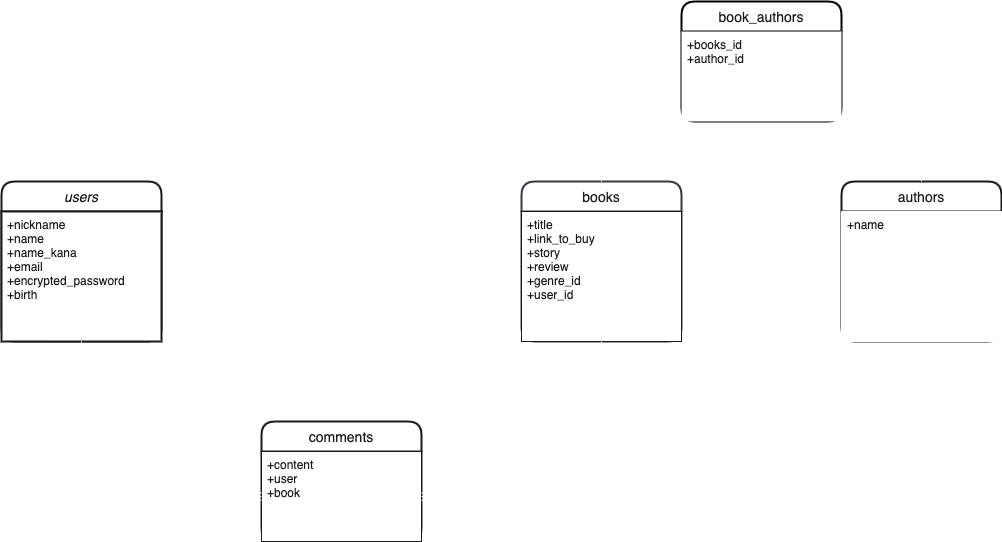
takashimayuusuke/book-quick keeps this draw.io diagram as book_quick.png. Above is the earlier version. Source tidied: cells renumbered, new cells last; positions are measured from the earlier drawing's top-left corner, leaving out a move shared by most shapes. Source of this version:
```xml
<mxGraphModel>
  <root>
    <mxCell id="0" />
    <mxCell id="1" parent="0" />
    <mxCell id="2" style="edgeStyle=orthogonalEdgeStyle;rounded=0;jettySize=auto;html=1;exitX=1;exitY=0.5;exitDx=0;exitDy=0;entryX=0;entryY=0.5;entryDx=0;entryDy=0;startArrow=ERone;startFill=0;endArrow=ERmany;endFill=0;strokeWidth=1;fillColor=#eeeeee;strokeColor=#FFFFFF;fontColor=#FFFFFF;" parent="1" edge="1" source="3" target="6">
      <mxGeometry relative="1" as="geometry" />
    </mxCell>
    <mxCell id="3" value="users" style="swimlane;horizontal=1;startSize=30;rounded=1;fontSize=14;fontStyle=2;strokeWidth=2;shadow=0;dashed=0;align=center;fontColor=#1A1A1A;fillColor=#FFFFFF;labelBorderColor=none;strokeColor=#1A1A1A;" parent="1" vertex="1">
      <mxGeometry y="180" width="160" height="160" as="geometry" />
    </mxCell>
    <mxCell id="4" value="+nickname&#10;+name&#10;+name_kana&#10;+email&#10;+encrypted_password&#10;+birth&#10;" style="align=left;spacingLeft=4;fontSize=12;verticalAlign=top;fontColor=#1A1A1A;fillColor=#FFFFFF;strokeWidth=2;strokeColor=#1A1A1A;" parent="3" vertex="1">
      <mxGeometry y="30" width="160" height="130" as="geometry" />
    </mxCell>
    <mxCell id="5" style="edgeStyle=orthogonalEdgeStyle;rounded=0;jettySize=auto;html=1;entryX=0;entryY=0.5;entryDx=0;entryDy=0;startArrow=ERone;startFill=0;endArrow=ERmany;endFill=0;strokeWidth=1;fontColor=#FFFFFF;fillColor=#eeeeee;strokeColor=#FFFFFF;" parent="1" edge="1" source="6" target="12">
      <mxGeometry relative="1" as="geometry" />
    </mxCell>
    <mxCell id="6" value="books" style="swimlane;horizontal=1;startSize=30;rounded=1;fontSize=14;fontStyle=0;strokeWidth=2;shadow=0;dashed=0;align=center;strokeColor=#36393d;fillColor=#FFFFFF;fontColor=#1A1A1A;" parent="1" vertex="1">
      <mxGeometry x="520" y="180" width="160" height="160" as="geometry" />
    </mxCell>
    <mxCell id="7" value="+title&#10;+link_to_buy&#10;+story&#10;+review&#10;+genre_id&#10;+user_id" style="align=left;spacingLeft=4;fontSize=12;verticalAlign=top;fillColor=#FFFFFF;fontColor=#1A1A1A;strokeColor=#1A1A1A;" parent="6" vertex="1">
      <mxGeometry y="30" width="160" height="130" as="geometry" />
    </mxCell>
    <mxCell id="8" value="comments" style="swimlane;horizontal=1;startSize=30;rounded=1;fontSize=14;fontStyle=0;strokeWidth=2;shadow=0;dashed=0;align=center;fillColor=#FFFFFF;fontColor=#1A1A1A;strokeColor=#1A1A1A;" parent="1" vertex="1">
      <mxGeometry x="260" y="420" width="160" height="120" as="geometry" />
    </mxCell>
    <mxCell id="9" value="+content&#10;+user&#10;+book" style="align=left;spacingLeft=4;fontSize=12;verticalAlign=top;fontColor=#1A1A1A;fillColor=#FFFFFF;strokeColor=#1A1A1A;" parent="8" vertex="1">
      <mxGeometry y="30" width="160" height="90" as="geometry" />
    </mxCell>
    <mxCell id="10" style="edgeStyle=orthogonalEdgeStyle;rounded=0;jettySize=auto;html=1;exitX=0.5;exitY=1;exitDx=0;exitDy=0;entryX=0;entryY=0.5;entryDx=0;entryDy=0;startArrow=ERone;startFill=0;endArrow=ERmany;endFill=0;strokeWidth=1;fontColor=#FFFFFF;fillColor=#eeeeee;strokeColor=#FFFFFF;" parent="1" edge="1" source="4" target="9">
      <mxGeometry relative="1" as="geometry" />
    </mxCell>
    <mxCell id="11" style="edgeStyle=orthogonalEdgeStyle;rounded=0;jettySize=auto;html=1;exitX=1;exitY=0.5;exitDx=0;exitDy=0;entryX=0.5;entryY=1;entryDx=0;entryDy=0;startArrow=ERmany;startFill=0;endArrow=ERone;endFill=0;strokeWidth=1;fontColor=#FFFFFF;fillColor=#eeeeee;strokeColor=#FFFFFF;" parent="1" edge="1" source="9" target="6">
      <mxGeometry relative="1" as="geometry" />
    </mxCell>
    <mxCell id="12" value="authors" style="swimlane;horizontal=1;startSize=30;rounded=1;fontSize=14;fontStyle=0;strokeWidth=2;shadow=0;dashed=0;align=center;fillColor=#FFFFFF;fontColor=#1A1A1A;strokeColor=#1A1A1A;" parent="1" vertex="1">
      <mxGeometry x="840" y="180" width="160" height="160" as="geometry" />
    </mxCell>
    <mxCell id="13" value="+name&#10;&#10;" style="align=left;spacingLeft=4;fontSize=12;verticalAlign=top;fillColor=#FFFFFF;fontColor=#1A1A1A;strokeColor=#FFFFFF;" parent="12" vertex="1">
      <mxGeometry y="30" width="160" height="130" as="geometry" />
    </mxCell>
    <mxCell id="14" style="edgeStyle=orthogonalEdgeStyle;rounded=0;jettySize=auto;html=1;exitX=0;exitY=0.25;exitDx=0;exitDy=0;startArrow=ERmany;startFill=0;endArrow=ERone;endFill=0;strokeWidth=1;fontColor=#FFFFFF;strokeColor=#FFFFFF;" parent="1" edge="1" source="16" target="6">
      <mxGeometry relative="1" as="geometry" />
    </mxCell>
    <mxCell id="15" style="edgeStyle=orthogonalEdgeStyle;rounded=0;jettySize=auto;html=1;exitX=1;exitY=0.25;exitDx=0;exitDy=0;startArrow=ERmany;startFill=0;endArrow=ERone;endFill=0;strokeWidth=1;fontColor=#FFFFFF;strokeColor=#FFFFFF;" parent="1" edge="1" source="16" target="12">
      <mxGeometry relative="1" as="geometry" />
    </mxCell>
    <mxCell id="16" value="book_authors" style="swimlane;horizontal=1;startSize=30;rounded=1;fontSize=14;fontStyle=0;strokeWidth=2;shadow=0;dashed=0;align=center;fillColor=#FFFFFF;fontColor=#1A1A1A;" parent="1" vertex="1">
      <mxGeometry x="680" width="160" height="120" as="geometry" />
    </mxCell>
    <mxCell id="17" value="+books_id&#10;+author_id&#10;" style="align=left;strokeColor=none;spacingLeft=4;fontSize=12;verticalAlign=top;fillColor=#FFFFFF;fontColor=#1A1A1A;" parent="16" vertex="1">
      <mxGeometry y="30" width="160" height="90" as="geometry" />
    </mxCell>
  </root>
</mxGraphModel>
```
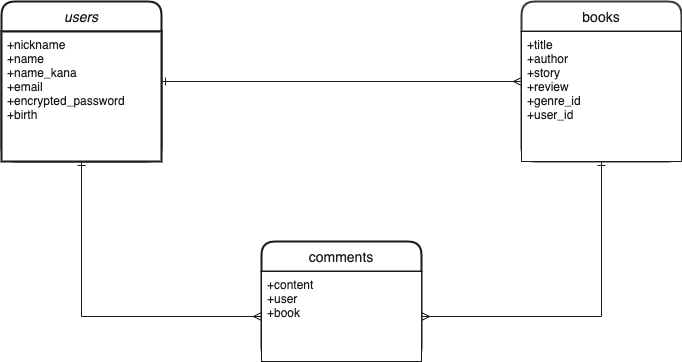
Later version of the same file.

The edit, as a diff of the source:
```diff
@@ -1,8 +1,8 @@
-<mxGraphModel>
+<mxGraphModel background="#ffffff">
   <root>
     <mxCell id="0" />
     <mxCell id="1" parent="0" />
-    <mxCell id="2" style="edgeStyle=orthogonalEdgeStyle;rounded=0;jettySize=auto;html=1;exitX=1;exitY=0.5;exitDx=0;exitDy=0;entryX=0;entryY=0.5;entryDx=0;entryDy=0;startArrow=ERone;startFill=0;endArrow=ERmany;endFill=0;strokeWidth=1;fillColor=#eeeeee;strokeColor=#FFFFFF;fontColor=#FFFFFF;" parent="1" edge="1" source="3" target="6">
+    <mxCell id="2" style="edgeStyle=orthogonalEdgeStyle;rounded=0;jettySize=auto;html=1;exitX=1;exitY=0.5;exitDx=0;exitDy=0;entryX=0;entryY=0.5;entryDx=0;entryDy=0;startArrow=ERone;startFill=0;endArrow=ERmany;endFill=0;strokeWidth=1;fillColor=#eeeeee;fontColor=#FFFFFF;strokeColor=#1A1A1A;" parent="1" edge="1" source="3" target="6">
       <mxGeometry relative="1" as="geometry" />
     </mxCell>
     <mxCell id="3" value="users" style="swimlane;horizontal=1;startSize=30;rounded=1;fontSize=14;fontStyle=2;strokeWidth=2;shadow=0;dashed=0;align=center;fontColor=#1A1A1A;fillColor=#FFFFFF;labelBorderColor=none;strokeColor=#1A1A1A;" parent="1" vertex="1">
@@ -11,13 +11,10 @@
     <mxCell id="4" value="+nickname&#10;+name&#10;+name_kana&#10;+email&#10;+encrypted_password&#10;+birth&#10;" style="align=left;spacingLeft=4;fontSize=12;verticalAlign=top;fontColor=#1A1A1A;fillColor=#FFFFFF;strokeWidth=2;strokeColor=#1A1A1A;" parent="3" vertex="1">
       <mxGeometry y="30" width="160" height="130" as="geometry" />
     </mxCell>
-    <mxCell id="5" style="edgeStyle=orthogonalEdgeStyle;rounded=0;jettySize=auto;html=1;entryX=0;entryY=0.5;entryDx=0;entryDy=0;startArrow=ERone;startFill=0;endArrow=ERmany;endFill=0;strokeWidth=1;fontColor=#FFFFFF;fillColor=#eeeeee;strokeColor=#FFFFFF;" parent="1" edge="1" source="6" target="12">
-      <mxGeometry relative="1" as="geometry" />
-    </mxCell>
     <mxCell id="6" value="books" style="swimlane;horizontal=1;startSize=30;rounded=1;fontSize=14;fontStyle=0;strokeWidth=2;shadow=0;dashed=0;align=center;strokeColor=#36393d;fillColor=#FFFFFF;fontColor=#1A1A1A;" parent="1" vertex="1">
       <mxGeometry x="520" y="180" width="160" height="160" as="geometry" />
     </mxCell>
-    <mxCell id="7" value="+title&#10;+link_to_buy&#10;+story&#10;+review&#10;+genre_id&#10;+user_id" style="align=left;spacingLeft=4;fontSize=12;verticalAlign=top;fillColor=#FFFFFF;fontColor=#1A1A1A;strokeColor=#1A1A1A;" parent="6" vertex="1">
+    <mxCell id="7" value="+title&#10;+author&#10;+story&#10;+review&#10;+genre_id&#10;+user_id" style="align=left;spacingLeft=4;fontSize=12;verticalAlign=top;fillColor=#FFFFFF;fontColor=#1A1A1A;strokeColor=#1A1A1A;" parent="6" vertex="1">
       <mxGeometry y="30" width="160" height="130" as="geometry" />
     </mxCell>
     <mxCell id="8" value="comments" style="swimlane;horizontal=1;startSize=30;rounded=1;fontSize=14;fontStyle=0;strokeWidth=2;shadow=0;dashed=0;align=center;fillColor=#FFFFFF;fontColor=#1A1A1A;strokeColor=#1A1A1A;" parent="1" vertex="1">
@@ -26,29 +23,11 @@
     <mxCell id="9" value="+content&#10;+user&#10;+book" style="align=left;spacingLeft=4;fontSize=12;verticalAlign=top;fontColor=#1A1A1A;fillColor=#FFFFFF;strokeColor=#1A1A1A;" parent="8" vertex="1">
       <mxGeometry y="30" width="160" height="90" as="geometry" />
     </mxCell>
-    <mxCell id="10" style="edgeStyle=orthogonalEdgeStyle;rounded=0;jettySize=auto;html=1;exitX=0.5;exitY=1;exitDx=0;exitDy=0;entryX=0;entryY=0.5;entryDx=0;entryDy=0;startArrow=ERone;startFill=0;endArrow=ERmany;endFill=0;strokeWidth=1;fontColor=#FFFFFF;fillColor=#eeeeee;strokeColor=#FFFFFF;" parent="1" edge="1" source="4" target="9">
+    <mxCell id="10" style="edgeStyle=orthogonalEdgeStyle;rounded=0;jettySize=auto;html=1;exitX=0.5;exitY=1;exitDx=0;exitDy=0;entryX=0;entryY=0.5;entryDx=0;entryDy=0;startArrow=ERone;startFill=0;endArrow=ERmany;endFill=0;strokeWidth=1;fontColor=#FFFFFF;fillColor=#eeeeee;strokeColor=#1A1A1A;" parent="1" edge="1" source="4" target="9">
       <mxGeometry relative="1" as="geometry" />
     </mxCell>
-    <mxCell id="11" style="edgeStyle=orthogonalEdgeStyle;rounded=0;jettySize=auto;html=1;exitX=1;exitY=0.5;exitDx=0;exitDy=0;entryX=0.5;entryY=1;entryDx=0;entryDy=0;startArrow=ERmany;startFill=0;endArrow=ERone;endFill=0;strokeWidth=1;fontColor=#FFFFFF;fillColor=#eeeeee;strokeColor=#FFFFFF;" parent="1" edge="1" source="9" target="6">
+    <mxCell id="11" style="edgeStyle=orthogonalEdgeStyle;rounded=0;jettySize=auto;html=1;exitX=1;exitY=0.5;exitDx=0;exitDy=0;entryX=0.5;entryY=1;entryDx=0;entryDy=0;startArrow=ERmany;startFill=0;endArrow=ERone;endFill=0;strokeWidth=1;fontColor=#FFFFFF;fillColor=#eeeeee;strokeColor=#1A1A1A;" parent="1" edge="1" source="9" target="6">
       <mxGeometry relative="1" as="geometry" />
     </mxCell>
-    <mxCell id="12" value="authors" style="swimlane;horizontal=1;startSize=30;rounded=1;fontSize=14;fontStyle=0;strokeWidth=2;shadow=0;dashed=0;align=center;fillColor=#FFFFFF;fontColor=#1A1A1A;strokeColor=#1A1A1A;" parent="1" vertex="1">
-      <mxGeometry x="840" y="180" width="160" height="160" as="geometry" />
-    </mxCell>
-    <mxCell id="13" value="+name&#10;&#10;" style="align=left;spacingLeft=4;fontSize=12;verticalAlign=top;fillColor=#FFFFFF;fontColor=#1A1A1A;strokeColor=#FFFFFF;" parent="12" vertex="1">
-      <mxGeometry y="30" width="160" height="130" as="geometry" />
-    </mxCell>
-    <mxCell id="14" style="edgeStyle=orthogonalEdgeStyle;rounded=0;jettySize=auto;html=1;exitX=0;exitY=0.25;exitDx=0;exitDy=0;startArrow=ERmany;startFill=0;endArrow=ERone;endFill=0;strokeWidth=1;fontColor=#FFFFFF;strokeColor=#FFFFFF;" parent="1" edge="1" source="16" target="6">
-      <mxGeometry relative="1" as="geometry" />
-    </mxCell>
-    <mxCell id="15" style="edgeStyle=orthogonalEdgeStyle;rounded=0;jettySize=auto;html=1;exitX=1;exitY=0.25;exitDx=0;exitDy=0;startArrow=ERmany;startFill=0;endArrow=ERone;endFill=0;strokeWidth=1;fontColor=#FFFFFF;strokeColor=#FFFFFF;" parent="1" edge="1" source="16" target="12">
-      <mxGeometry relative="1" as="geometry" />
-    </mxCell>
-    <mxCell id="16" value="book_authors" style="swimlane;horizontal=1;startSize=30;rounded=1;fontSize=14;fontStyle=0;strokeWidth=2;shadow=0;dashed=0;align=center;fillColor=#FFFFFF;fontColor=#1A1A1A;" parent="1" vertex="1">
-      <mxGeometry x="680" width="160" height="120" as="geometry" />
-    </mxCell>
-    <mxCell id="17" value="+books_id&#10;+author_id&#10;" style="align=left;strokeColor=none;spacingLeft=4;fontSize=12;verticalAlign=top;fillColor=#FFFFFF;fontColor=#1A1A1A;" parent="16" vertex="1">
-      <mxGeometry y="30" width="160" height="90" as="geometry" />
-    </mxCell>
   </root>
 </mxGraphModel>
```
